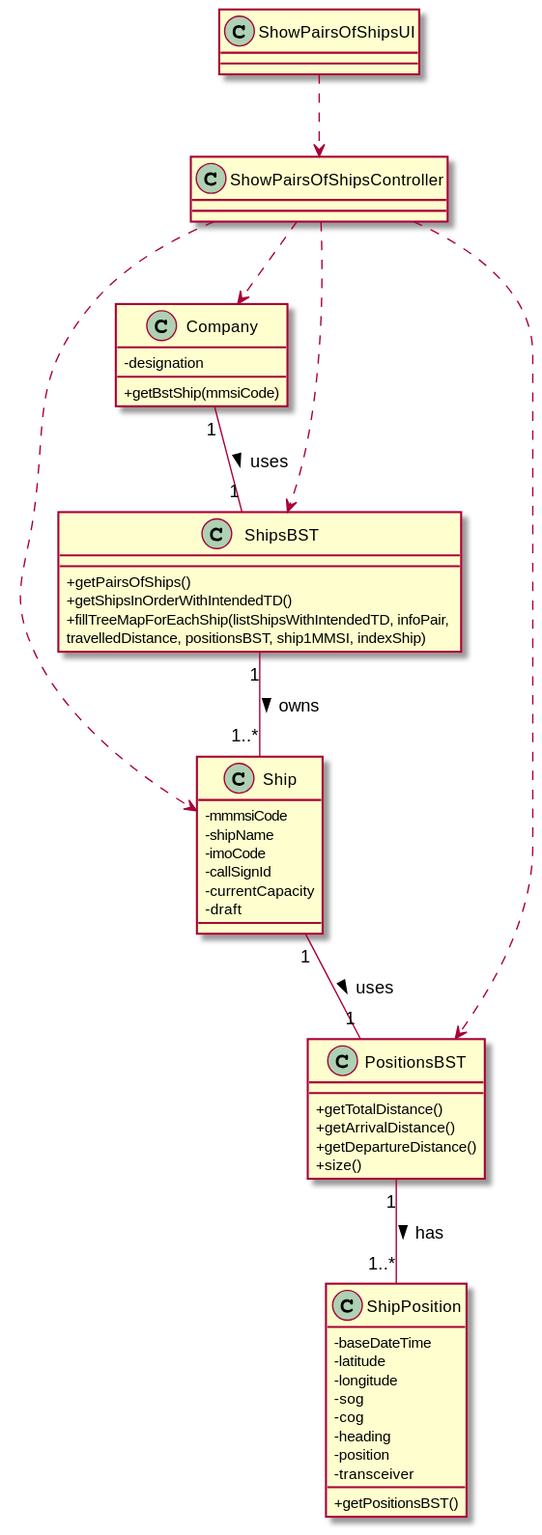
Before: docs/US107/US107_CD.svg, a diagram exported from PlantUML (ana-albergaria/LAPR3-ISEP).
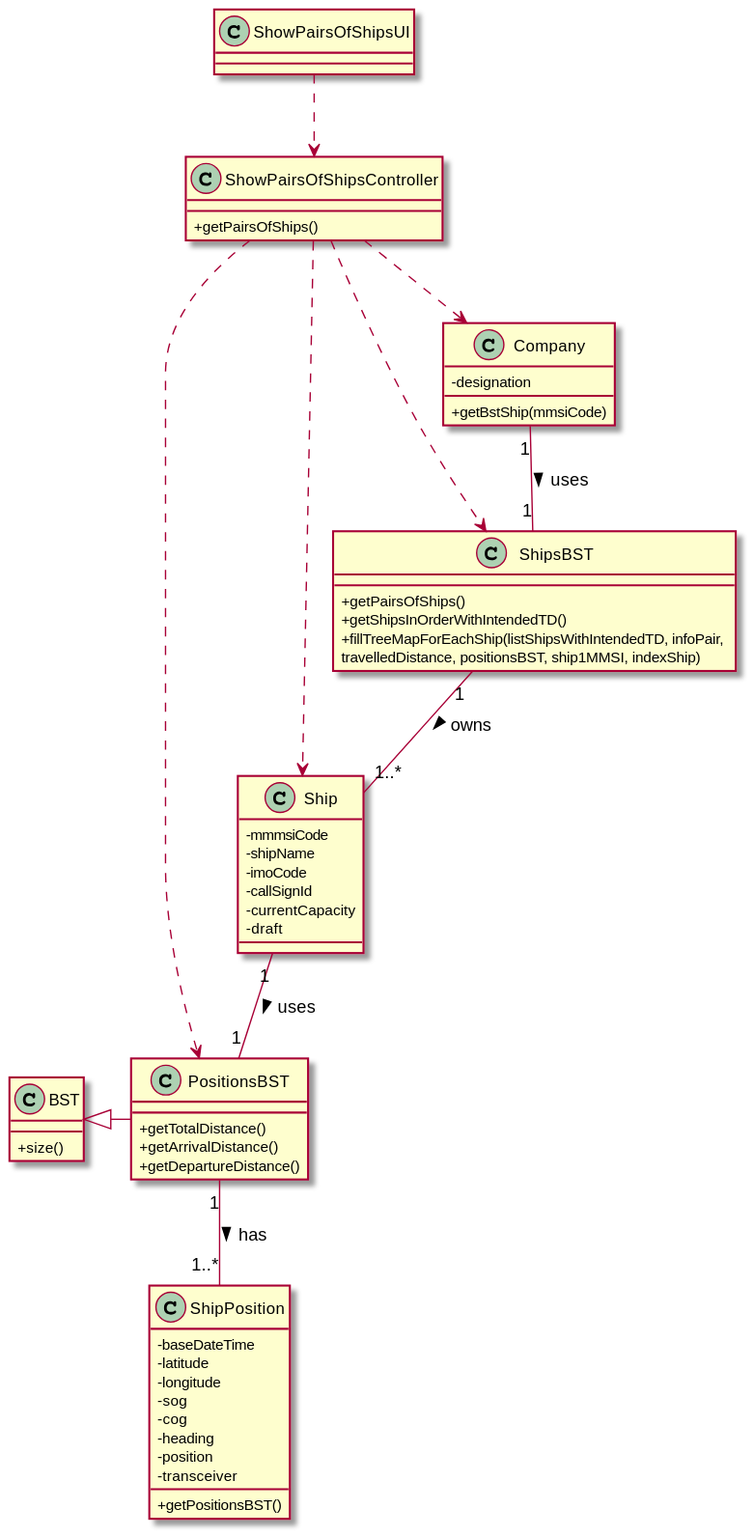
Later version of the same file.

Diff of the diagram source:
```diff
@@ -34,18 +34,21 @@
     +getTotalDistance()
     +getArrivalDistance()
     +getDepartureDistance()
-    +size()
 }
 
 class ShowPairsOfShipsUI {}
 
 class ShowPairsOfShipsController {
-
+    +getPairsOfShips()
 }
 
 class Company {
     -designation
     +getBstShip(mmsiCode)
+}
+
+class BST {
++size()
 }
 
 
@@ -59,4 +62,6 @@
 ShowPairsOfShipsController ..> Ship
 ShowPairsOfShipsController ..> PositionsBST
 
+BST <|- PositionsBST
+
 @enduml
```
